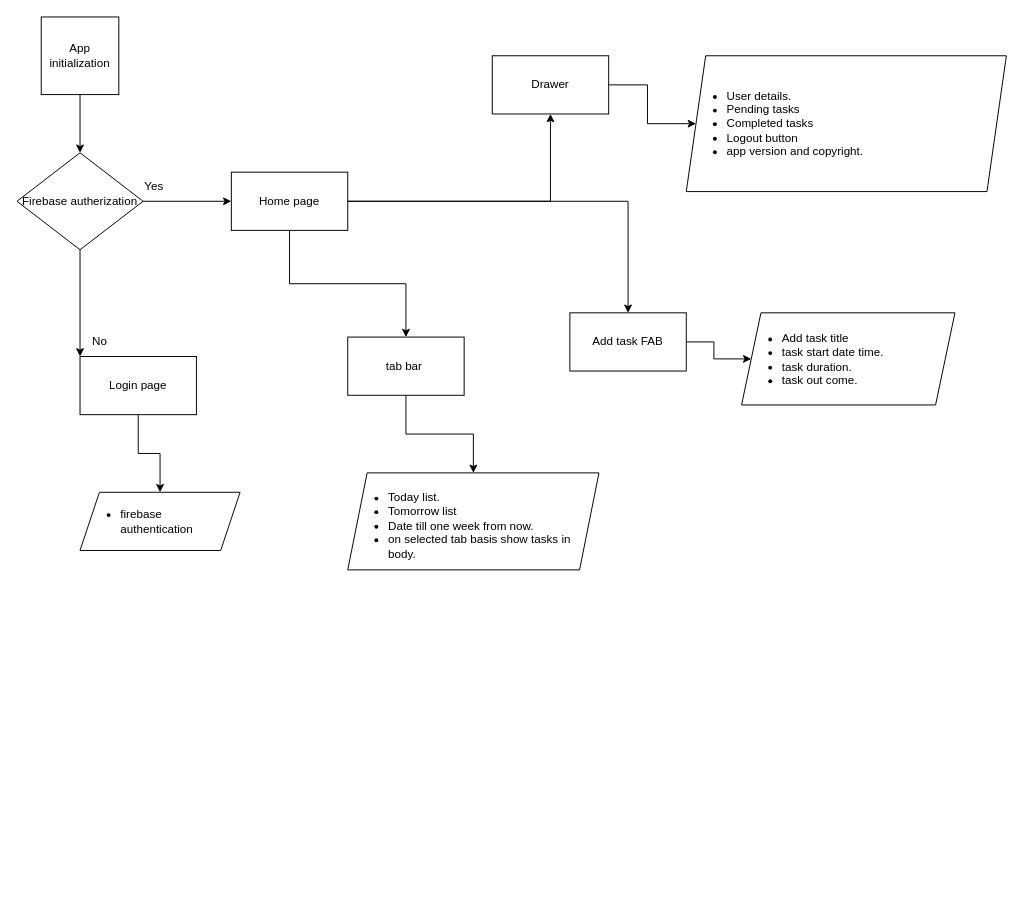
Before: Routin.drawio in VaibhavRaj2302/Routi.n, a draw.io diagram. Source tidied: cells renumbered, new cells numbered last; positions are measured from the earlier drawing's top-left corner, leaving out a move shared by most shapes. Both pictures are drawn from the tidied source at 97%, with x=0, y=0 at pixel (16, 16).
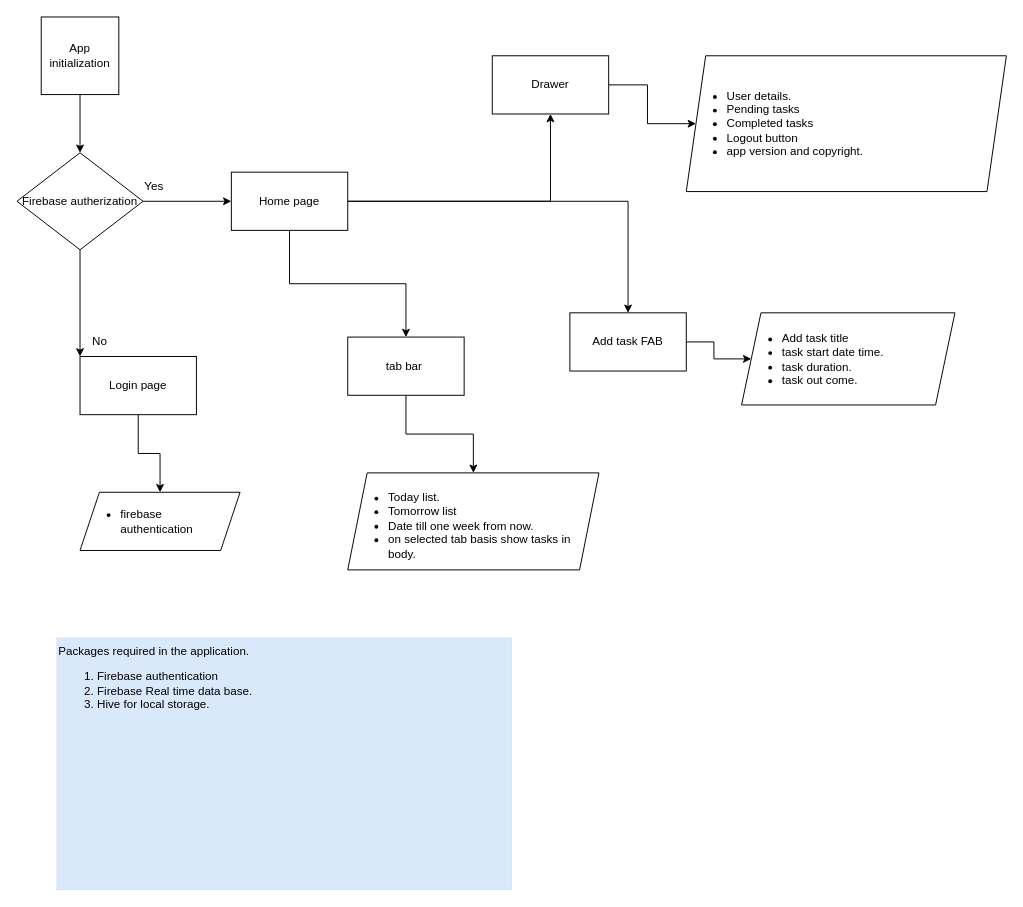
The same diagram, later.

Commit message:
packages list added.

The edit, as a diff of the source:
```diff
@@
+    <mxCell id="25" value="Packages required in the application.&lt;div&gt;&lt;ol&gt;&lt;li&gt;Firebase authentication&lt;/li&gt;&lt;li&gt;Firebase Real time data base.&lt;/li&gt;&lt;li&gt;Hive for local storage.&lt;/li&gt;&lt;/ol&gt;&lt;/div&gt;" style="rounded=0;whiteSpace=wrap;html=1;align=left;verticalAlign=top;strokeWidth=0;fillColor=#dae8fc;strokeColor=#6c8ebf;" parent="1" vertex="1">
+      <mxGeometry x="41" y="640" width="469" height="260" as="geometry" />
+    </mxCell>
```
